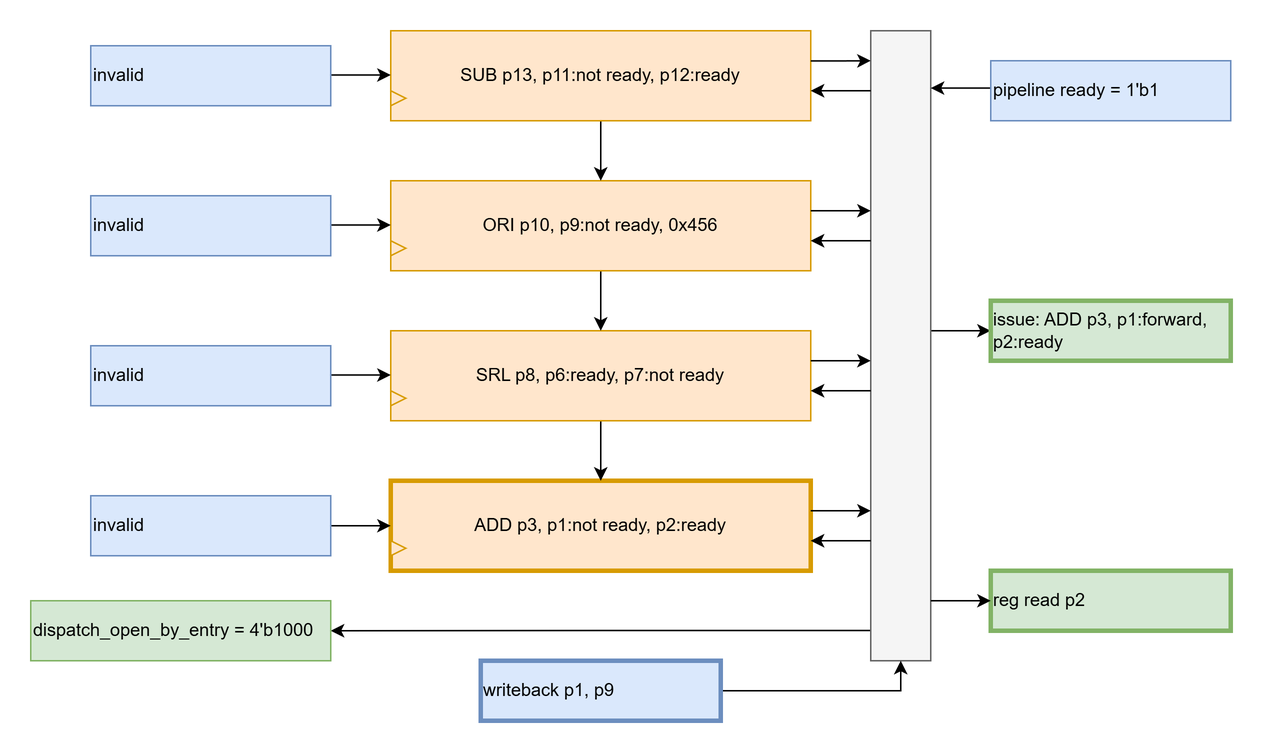
Earlier version of the draw.io export spec/design/alu_iq_cycle_5.png (zlagpacan/LOROF). Source tidied: cells renumbered, new cells last; positions are measured from the earlier drawing's top-left corner, leaving out a move shared by most shapes. Its diagram source:
```xml
<mxGraphModel>
  <root>
    <mxCell id="0" />
    <mxCell id="1" parent="0" />
    <mxCell id="2" value="&lt;span style=&quot;text-align: left;&quot;&gt;ADD p3, p1:not ready, p2:ready&lt;/span&gt;" style="rounded=0;whiteSpace=wrap;html=1;fillColor=#ffe6cc;strokeColor=#d79b00;strokeWidth=3;" parent="1" vertex="1">
      <mxGeometry x="240" y="300" width="280" height="60" as="geometry" />
    </mxCell>
    <mxCell id="3" style="endArrow=classic;html=1;rounded=0;entryX=0;entryY=0.5;entryDx=0;entryDy=0;" parent="1" edge="1" target="2">
      <mxGeometry relative="1" as="geometry">
        <mxPoint x="200" y="330" as="sourcePoint" />
      </mxGeometry>
    </mxCell>
    <mxCell id="4" style="triangle;whiteSpace=wrap;html=1;fillColor=#ffe6cc;strokeColor=#d79b00;" parent="1" vertex="1">
      <mxGeometry x="240" y="340" width="10" height="10" as="geometry" />
    </mxCell>
    <mxCell id="5" style="edgeStyle=orthogonalEdgeStyle;rounded=0;jettySize=auto;html=1;exitX=0.5;exitY=1;exitDx=0;exitDy=0;entryX=0.5;entryY=0;entryDx=0;entryDy=0;" parent="1" edge="1" source="6" target="2">
      <mxGeometry relative="1" as="geometry" />
    </mxCell>
    <mxCell id="6" value="&lt;span style=&quot;text-align: left;&quot;&gt;SRL p8, p6:ready, p7:not ready&lt;/span&gt;" style="rounded=0;whiteSpace=wrap;html=1;fillColor=#ffe6cc;strokeColor=#d79b00;" parent="1" vertex="1">
      <mxGeometry x="240" y="200" width="280" height="60" as="geometry" />
    </mxCell>
    <mxCell id="7" style="triangle;whiteSpace=wrap;html=1;fillColor=#ffe6cc;strokeColor=#d79b00;" parent="1" vertex="1">
      <mxGeometry x="240" y="240" width="10" height="10" as="geometry" />
    </mxCell>
    <mxCell id="8" style="edgeStyle=orthogonalEdgeStyle;rounded=0;jettySize=auto;html=1;exitX=0.5;exitY=1;exitDx=0;exitDy=0;entryX=0.5;entryY=0;entryDx=0;entryDy=0;" parent="1" edge="1" source="9" target="6">
      <mxGeometry relative="1" as="geometry" />
    </mxCell>
    <mxCell id="9" value="&lt;span style=&quot;text-align: left;&quot;&gt;ORI p10, p9:not ready, 0x456&lt;/span&gt;" style="rounded=0;whiteSpace=wrap;html=1;fillColor=#ffe6cc;strokeColor=#d79b00;" parent="1" vertex="1">
      <mxGeometry x="240" y="100" width="280" height="60" as="geometry" />
    </mxCell>
    <mxCell id="10" style="triangle;whiteSpace=wrap;html=1;fillColor=#ffe6cc;strokeColor=#d79b00;" parent="1" vertex="1">
      <mxGeometry x="240" y="140" width="10" height="10" as="geometry" />
    </mxCell>
    <mxCell id="11" style="edgeStyle=orthogonalEdgeStyle;rounded=0;jettySize=auto;html=1;exitX=0.5;exitY=1;exitDx=0;exitDy=0;entryX=0.5;entryY=0;entryDx=0;entryDy=0;" parent="1" edge="1" source="12" target="9">
      <mxGeometry relative="1" as="geometry" />
    </mxCell>
    <mxCell id="12" value="&lt;span style=&quot;text-align: left;&quot;&gt;SUB p13, p11:not ready, p12:ready&lt;/span&gt;" style="rounded=0;whiteSpace=wrap;html=1;fillColor=#ffe6cc;strokeColor=#d79b00;" parent="1" vertex="1">
      <mxGeometry x="240" width="280" height="60" as="geometry" />
    </mxCell>
    <mxCell id="13" style="triangle;whiteSpace=wrap;html=1;fillColor=#ffe6cc;strokeColor=#d79b00;" parent="1" vertex="1">
      <mxGeometry x="240" y="40" width="10" height="10" as="geometry" />
    </mxCell>
    <mxCell id="14" style="endArrow=classic;html=1;rounded=0;entryX=0;entryY=0.5;entryDx=0;entryDy=0;" parent="1" edge="1">
      <mxGeometry relative="1" as="geometry">
        <mxPoint x="200" y="229.5" as="sourcePoint" />
        <mxPoint x="240" y="229.5" as="targetPoint" />
      </mxGeometry>
    </mxCell>
    <mxCell id="15" style="endArrow=classic;html=1;rounded=0;entryX=0;entryY=0.5;entryDx=0;entryDy=0;" parent="1" edge="1">
      <mxGeometry relative="1" as="geometry">
        <mxPoint x="200" y="129.5" as="sourcePoint" />
        <mxPoint x="240" y="129.5" as="targetPoint" />
      </mxGeometry>
    </mxCell>
    <mxCell id="16" style="endArrow=classic;html=1;rounded=0;entryX=0;entryY=0.5;entryDx=0;entryDy=0;" parent="1" edge="1">
      <mxGeometry relative="1" as="geometry">
        <mxPoint x="200" y="29.5" as="sourcePoint" />
        <mxPoint x="240" y="29.5" as="targetPoint" />
      </mxGeometry>
    </mxCell>
    <mxCell id="17" style="edgeStyle=orthogonalEdgeStyle;rounded=0;jettySize=auto;html=1;entryX=1;entryY=0.5;entryDx=0;entryDy=0;exitX=0;exitY=0.952;exitDx=0;exitDy=0;exitPerimeter=0;" parent="1" edge="1" source="19" target="31">
      <mxGeometry relative="1" as="geometry" />
    </mxCell>
    <mxCell id="18" style="edgeStyle=orthogonalEdgeStyle;rounded=0;jettySize=auto;html=1;entryX=0;entryY=0.5;entryDx=0;entryDy=0;" parent="1" edge="1" target="34">
      <mxGeometry relative="1" as="geometry">
        <mxPoint x="600" y="200" as="sourcePoint" />
        <Array as="points">
          <mxPoint x="640" y="200" />
          <mxPoint x="640" y="200" />
        </Array>
      </mxGeometry>
    </mxCell>
    <mxCell id="19" style="rounded=0;whiteSpace=wrap;html=1;fillColor=#f5f5f5;fontColor=#333333;strokeColor=#666666;" parent="1" vertex="1">
      <mxGeometry x="560" width="40" height="420" as="geometry" />
    </mxCell>
    <mxCell id="20" style="edgeStyle=orthogonalEdgeStyle;rounded=0;orthogonalLoop=1;jettySize=auto;html=1;exitX=1;exitY=0.5;exitDx=0;exitDy=0;" parent="1" edge="1">
      <mxGeometry relative="1" as="geometry">
        <mxPoint x="520" y="20.1" as="sourcePoint" />
        <mxPoint x="560" y="20" as="targetPoint" />
        <Array as="points">
          <mxPoint x="550" y="20.1" />
          <mxPoint x="550" y="20.1" />
        </Array>
      </mxGeometry>
    </mxCell>
    <mxCell id="21" style="edgeStyle=orthogonalEdgeStyle;rounded=0;orthogonalLoop=1;jettySize=auto;html=1;" parent="1" edge="1">
      <mxGeometry relative="1" as="geometry">
        <mxPoint x="560" y="40" as="sourcePoint" />
        <mxPoint x="520" y="40" as="targetPoint" />
        <Array as="points">
          <mxPoint x="520" y="40" />
          <mxPoint x="520" y="40" />
        </Array>
      </mxGeometry>
    </mxCell>
    <mxCell id="22" style="edgeStyle=orthogonalEdgeStyle;rounded=0;orthogonalLoop=1;jettySize=auto;html=1;exitX=1;exitY=0.5;exitDx=0;exitDy=0;" parent="1" edge="1">
      <mxGeometry relative="1" as="geometry">
        <mxPoint x="520" y="120" as="sourcePoint" />
        <mxPoint x="560" y="120" as="targetPoint" />
        <Array as="points">
          <mxPoint x="550" y="120" />
          <mxPoint x="550" y="120" />
        </Array>
      </mxGeometry>
    </mxCell>
    <mxCell id="23" style="edgeStyle=orthogonalEdgeStyle;rounded=0;orthogonalLoop=1;jettySize=auto;html=1;" parent="1" edge="1">
      <mxGeometry relative="1" as="geometry">
        <mxPoint x="560" y="140" as="sourcePoint" />
        <mxPoint x="520" y="140" as="targetPoint" />
        <Array as="points">
          <mxPoint x="520" y="140" />
          <mxPoint x="520" y="140" />
        </Array>
      </mxGeometry>
    </mxCell>
    <mxCell id="24" style="edgeStyle=orthogonalEdgeStyle;rounded=0;orthogonalLoop=1;jettySize=auto;html=1;" parent="1" edge="1">
      <mxGeometry relative="1" as="geometry">
        <mxPoint x="520" y="220" as="sourcePoint" />
        <mxPoint x="560" y="220" as="targetPoint" />
        <Array as="points">
          <mxPoint x="550" y="219.8" />
          <mxPoint x="550" y="219.8" />
        </Array>
      </mxGeometry>
    </mxCell>
    <mxCell id="25" style="edgeStyle=orthogonalEdgeStyle;rounded=0;orthogonalLoop=1;jettySize=auto;html=1;" parent="1" edge="1">
      <mxGeometry relative="1" as="geometry">
        <mxPoint x="560" y="240" as="sourcePoint" />
        <mxPoint x="520" y="240" as="targetPoint" />
        <Array as="points">
          <mxPoint x="520" y="239.8" />
          <mxPoint x="520" y="239.8" />
        </Array>
      </mxGeometry>
    </mxCell>
    <mxCell id="26" style="edgeStyle=orthogonalEdgeStyle;rounded=0;orthogonalLoop=1;jettySize=auto;html=1;" parent="1" edge="1">
      <mxGeometry relative="1" as="geometry">
        <mxPoint x="520" y="320" as="sourcePoint" />
        <mxPoint x="560" y="320" as="targetPoint" />
        <Array as="points">
          <mxPoint x="550" y="319.7" />
          <mxPoint x="550" y="319.7" />
        </Array>
      </mxGeometry>
    </mxCell>
    <mxCell id="27" style="edgeStyle=orthogonalEdgeStyle;rounded=0;orthogonalLoop=1;jettySize=auto;html=1;" parent="1" edge="1">
      <mxGeometry relative="1" as="geometry">
        <mxPoint x="560" y="340" as="sourcePoint" />
        <mxPoint x="520" y="340" as="targetPoint" />
        <Array as="points">
          <mxPoint x="520" y="339.7" />
          <mxPoint x="520" y="339.7" />
        </Array>
      </mxGeometry>
    </mxCell>
    <mxCell id="28" value="invalid" style="text;html=1;align=left;verticalAlign=middle;whiteSpace=wrap;rounded=0;fillColor=#dae8fc;strokeColor=#6c8ebf;strokeWidth=1;" parent="1" vertex="1">
      <mxGeometry x="40" y="10" width="160" height="40" as="geometry" />
    </mxCell>
    <mxCell id="29" style="edgeStyle=orthogonalEdgeStyle;rounded=0;jettySize=auto;html=1;exitX=0;exitY=0.5;exitDx=0;exitDy=0;entryX=1;entryY=0.091;entryDx=0;entryDy=0;entryPerimeter=0;" parent="1" edge="1" source="30" target="19">
      <mxGeometry relative="1" as="geometry">
        <Array as="points">
          <mxPoint x="640" y="40" />
          <mxPoint x="640" y="40" />
        </Array>
      </mxGeometry>
    </mxCell>
    <mxCell id="30" value="pipeline ready = 1'b1" style="text;html=1;align=left;verticalAlign=middle;whiteSpace=wrap;rounded=0;fillColor=#dae8fc;strokeColor=#6c8ebf;strokeWidth=1;" parent="1" vertex="1">
      <mxGeometry x="640" y="20" width="160" height="40" as="geometry" />
    </mxCell>
    <mxCell id="31" value="&lt;span style=&quot;background-color: initial;&quot;&gt;dispatch_open_by_entry = 4'b1000&lt;/span&gt;" style="text;html=1;align=left;verticalAlign=middle;whiteSpace=wrap;rounded=0;fillColor=#d5e8d4;strokeColor=#82b366;" parent="1" vertex="1">
      <mxGeometry y="380" width="200" height="40" as="geometry" />
    </mxCell>
    <mxCell id="32" style="edgeStyle=orthogonalEdgeStyle;rounded=0;jettySize=auto;html=1;exitX=1;exitY=0.5;exitDx=0;exitDy=0;entryX=0.5;entryY=1;entryDx=0;entryDy=0;" parent="1" edge="1" source="33" target="19">
      <mxGeometry relative="1" as="geometry" />
    </mxCell>
    <mxCell id="33" value="writeback p1, p9" style="text;html=1;align=left;verticalAlign=middle;whiteSpace=wrap;rounded=0;fillColor=#dae8fc;strokeColor=#6c8ebf;strokeWidth=3;" parent="1" vertex="1">
      <mxGeometry x="300" y="420" width="160" height="40" as="geometry" />
    </mxCell>
    <mxCell id="34" value="issue: ADD p3, p1:forward, p2:ready" style="text;html=1;align=left;verticalAlign=middle;whiteSpace=wrap;rounded=0;fillColor=#d5e8d4;strokeColor=#82b366;strokeWidth=3;" parent="1" vertex="1">
      <mxGeometry x="640" y="180" width="160" height="40" as="geometry" />
    </mxCell>
    <mxCell id="35" value="reg read p2" style="text;html=1;align=left;verticalAlign=middle;whiteSpace=wrap;rounded=0;fillColor=#d5e8d4;strokeColor=#82b366;strokeWidth=3;" parent="1" vertex="1">
      <mxGeometry x="640" y="360" width="160" height="40" as="geometry" />
    </mxCell>
    <mxCell id="36" style="endArrow=classic;html=1;rounded=0;entryX=0;entryY=0.5;entryDx=0;entryDy=0;" parent="1" edge="1" target="35">
      <mxGeometry relative="1" as="geometry">
        <mxPoint x="600" y="380" as="sourcePoint" />
      </mxGeometry>
    </mxCell>
    <mxCell id="37" value="invalid" style="text;html=1;align=left;verticalAlign=middle;whiteSpace=wrap;rounded=0;fillColor=#dae8fc;strokeColor=#6c8ebf;" parent="1" vertex="1">
      <mxGeometry x="40" y="110" width="160" height="40" as="geometry" />
    </mxCell>
    <mxCell id="38" value="invalid" style="text;html=1;align=left;verticalAlign=middle;whiteSpace=wrap;rounded=0;fillColor=#dae8fc;strokeColor=#6c8ebf;" parent="1" vertex="1">
      <mxGeometry x="40" y="210" width="160" height="40" as="geometry" />
    </mxCell>
    <mxCell id="39" value="invalid" style="text;html=1;align=left;verticalAlign=middle;whiteSpace=wrap;rounded=0;fillColor=#dae8fc;strokeColor=#6c8ebf;" parent="1" vertex="1">
      <mxGeometry x="40" y="310" width="160" height="40" as="geometry" />
    </mxCell>
  </root>
</mxGraphModel>
```
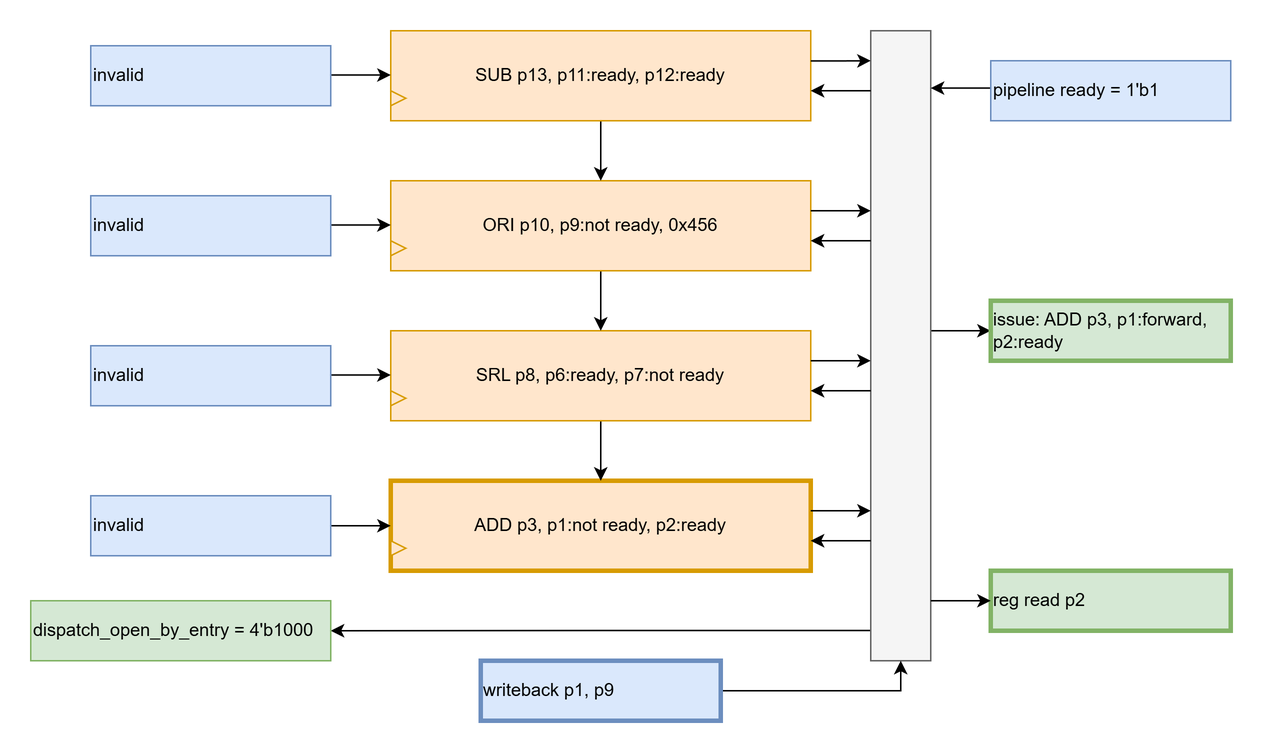
After the commit.

Change to the diagram source:
```diff
@@ -34,7 +34,7 @@
     <mxCell id="11" style="edgeStyle=orthogonalEdgeStyle;rounded=0;jettySize=auto;html=1;exitX=0.5;exitY=1;exitDx=0;exitDy=0;entryX=0.5;entryY=0;entryDx=0;entryDy=0;" parent="1" edge="1" source="12" target="9">
       <mxGeometry relative="1" as="geometry" />
     </mxCell>
-    <mxCell id="12" value="&lt;span style=&quot;text-align: left;&quot;&gt;SUB p13, p11:not ready, p12:ready&lt;/span&gt;" style="rounded=0;whiteSpace=wrap;html=1;fillColor=#ffe6cc;strokeColor=#d79b00;" parent="1" vertex="1">
+    <mxCell id="12" value="&lt;span style=&quot;text-align: left;&quot;&gt;SUB p13, p11:ready, p12:ready&lt;/span&gt;" style="rounded=0;whiteSpace=wrap;html=1;fillColor=#ffe6cc;strokeColor=#d79b00;" parent="1" vertex="1">
       <mxGeometry x="240" width="280" height="60" as="geometry" />
     </mxCell>
     <mxCell id="13" style="triangle;whiteSpace=wrap;html=1;fillColor=#ffe6cc;strokeColor=#d79b00;" parent="1" vertex="1">
```
